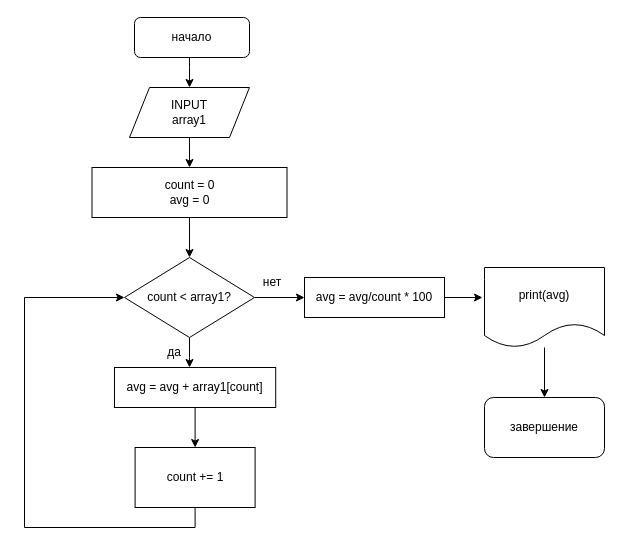
posthak/python keeps this draw.io diagram as page "урок2 №4" (5 of 5) of Untitled Diagram.drawio. Above is the earlier version. Source tidied: cells renumbered, new cells numbered last; positions are measured from the earlier drawing's top-left corner, leaving out a move shared by most shapes. Both pictures are drawn from the tidied source at 100%, with x=0, y=0 at pixel (24, 17).
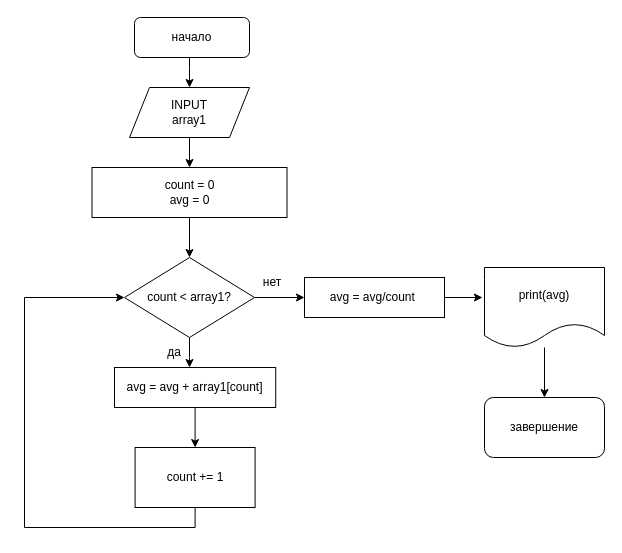
The same diagram, later.

Diff of the diagram source:
```diff
@@
-    <mxCell id="21" value="avg = avg/count * 100" style="whiteSpace=wrap;html=1;fontColor=#000000;" parent="1" vertex="1">
+    <mxCell id="21" value="avg = avg/count&amp;nbsp;" style="whiteSpace=wrap;html=1;fontColor=#000000;" parent="1" vertex="1">
       <mxGeometry x="280" y="260" width="140" height="40" as="geometry" />
     </mxCell>
```
